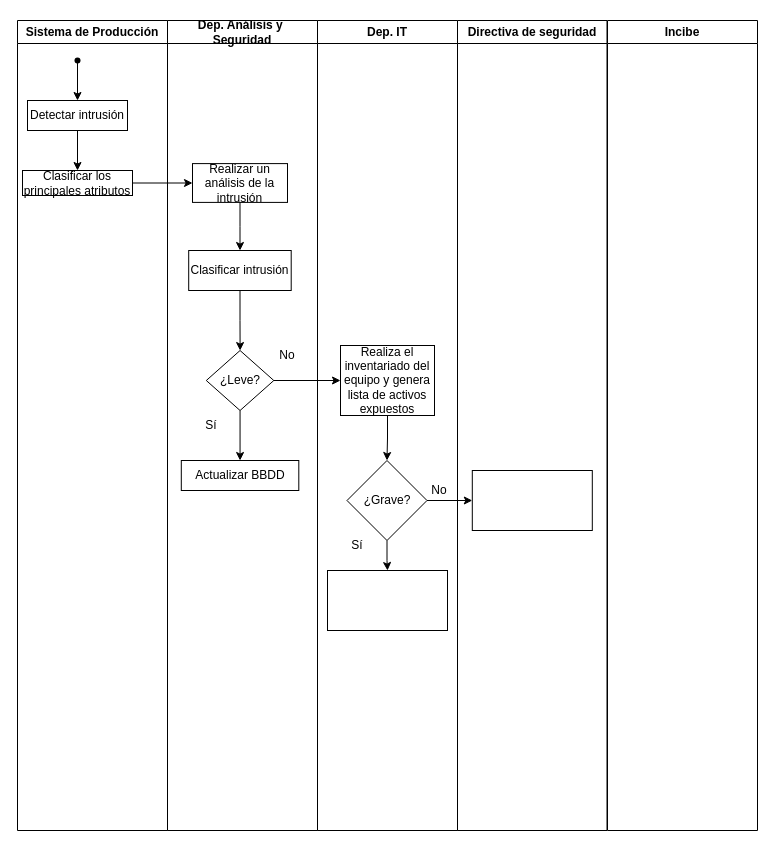
Earlier version of the draw.io diagram SistemasInformacion/Diagrama sin título.drawio (siciliagc/Sistemas-de-Informaci-n). Source tidied: cells renumbered, new cells numbered last; positions are measured from the earlier drawing's top-left corner, leaving out a move shared by most shapes. Both pictures are drawn from the tidied source at 100%, with x=0, y=0 at pixel (17, 20).
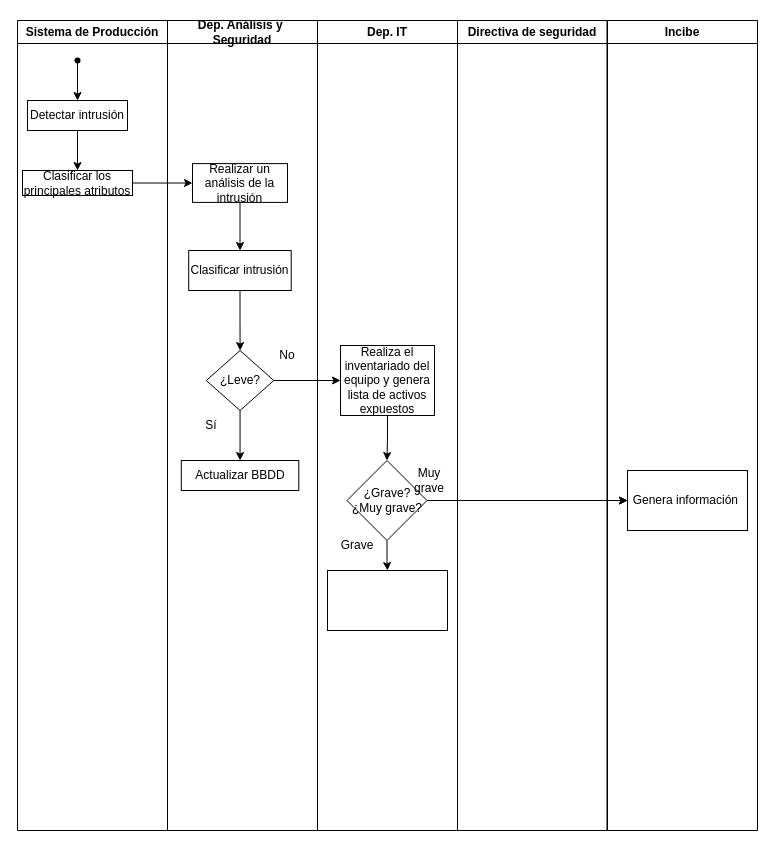
The same page after the edit.

Unchanged cells that the change refers to:
```xml
<mxCell id="13" value="Directiva de seguridad" style="swimlane;whiteSpace=wrap;html=1;" parent="1" vertex="1">
  <mxGeometry x="440" width="149.5" height="810" as="geometry" />
</mxCell>
<mxCell id="23" value="Dep. IT" style="swimlane;whiteSpace=wrap;html=1;startSize=23;" parent="1" vertex="1">
  <mxGeometry x="300" width="140" height="810" as="geometry" />
</mxCell>
```

Change to the diagram source:
```diff
@@
+    <mxCell id="15" value="Incibe" style="swimlane;whiteSpace=wrap;html=1;" parent="1" vertex="1">
+      <mxGeometry x="590" width="150" height="810" as="geometry" />
+    </mxCell>
-    <mxCell id="14" style="whiteSpace=wrap;html=1;fillColor=none;sketch=0;fillStyle=solid;" parent="13" vertex="1">
-      <mxGeometry x="14.8" y="450" width="120" height="60" as="geometry" />
+    <mxCell id="14" value="Genera información&amp;nbsp;" style="whiteSpace=wrap;html=1;fillColor=none;sketch=0;fillStyle=solid;" parent="15" vertex="1">
+      <mxGeometry x="20" y="450" width="120" height="60" as="geometry" />
     </mxCell>
-    <mxCell id="15" value="Incibe" style="swimlane;whiteSpace=wrap;html=1;" parent="1" vertex="1">
-      <mxGeometry x="590" width="150" height="810" as="geometry" />
-    </mxCell>
@@
-    <mxCell id="27" value="¿Grave?" style="rhombus;whiteSpace=wrap;html=1;fillColor=none;sketch=0;fillStyle=solid;" parent="23" vertex="1">
+    <mxCell id="27" value="¿Grave?&lt;br&gt;¿Muy grave?" style="rhombus;whiteSpace=wrap;html=1;fillColor=none;sketch=0;fillStyle=solid;" parent="23" vertex="1">
       <mxGeometry x="29.5" y="440" width="80" height="80" as="geometry" />
     </mxCell>
@@
-    <mxCell id="29" value="Sí" style="text;strokeColor=none;align=center;fillColor=none;html=1;verticalAlign=middle;whiteSpace=wrap;rounded=0;" parent="23" vertex="1">
+    <mxCell id="29" value="Grave" style="text;strokeColor=none;align=center;fillColor=none;html=1;verticalAlign=middle;whiteSpace=wrap;rounded=0;" parent="23" vertex="1">
       <mxGeometry x="10" y="510" width="60" height="30" as="geometry" />
     </mxCell>
-    <mxCell id="30" value="No" style="text;strokeColor=none;align=center;fillColor=none;html=1;verticalAlign=middle;whiteSpace=wrap;rounded=0;" parent="23" vertex="1">
-      <mxGeometry x="104" y="460" width="36" height="20" as="geometry" />
+    <mxCell id="30" value="Muy grave" style="text;strokeColor=none;align=center;fillColor=none;html=1;verticalAlign=middle;whiteSpace=wrap;rounded=0;" parent="23" vertex="1">
+      <mxGeometry x="94" y="450" width="36" height="20" as="geometry" />
     </mxCell>
@@
+    <mxCell id="33" style="edgeStyle=orthogonalEdgeStyle;rounded=0;jettySize=auto;html=1;" parent="1" edge="1" source="27" target="14">
+      <mxGeometry relative="1" as="geometry" />
+    </mxCell>
```
